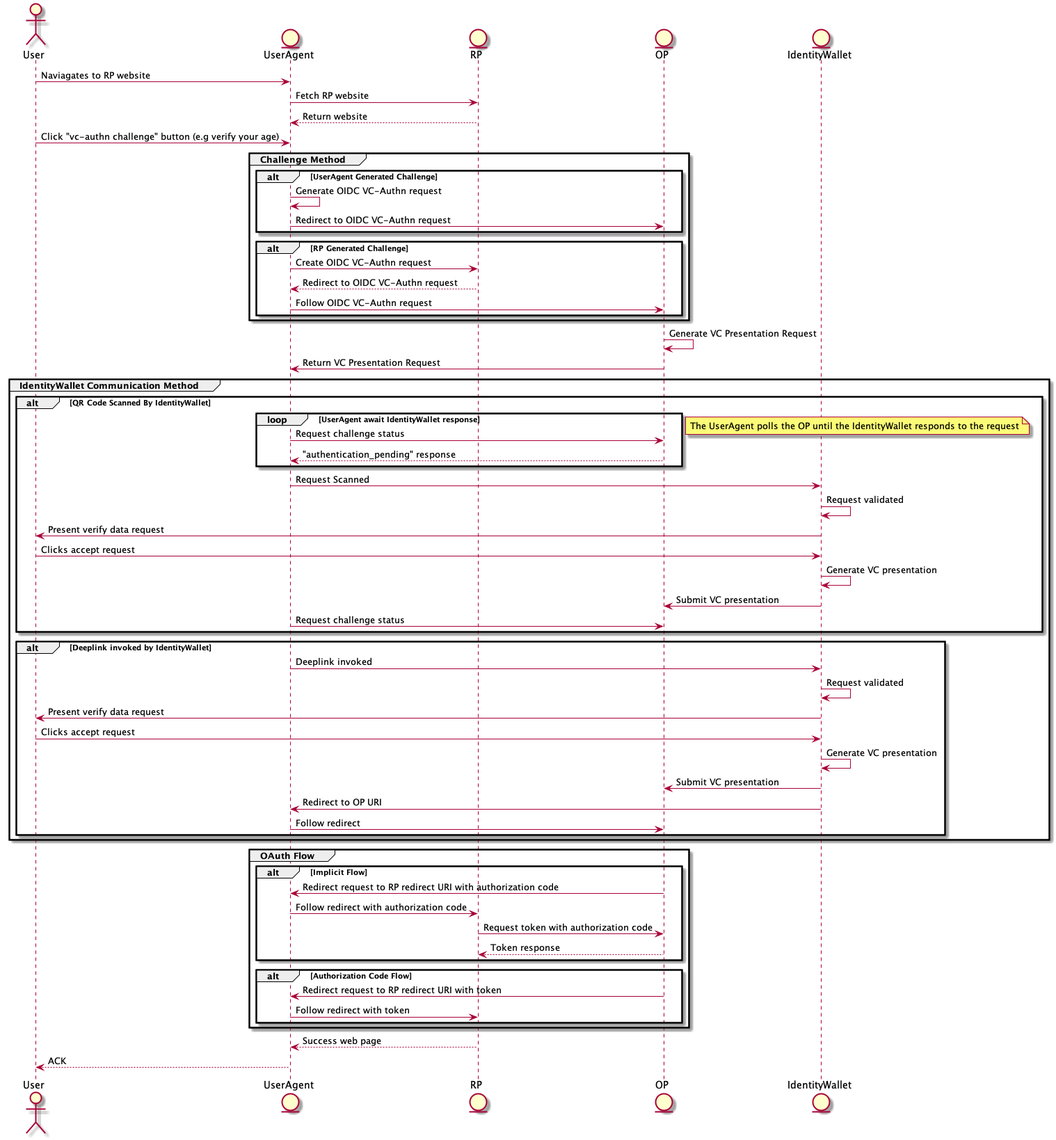
bcgov/vc-authn-oidc keeps this PlantUML diagram as docs/vc-authn-oidc-flow.png. Above is the earlier version.
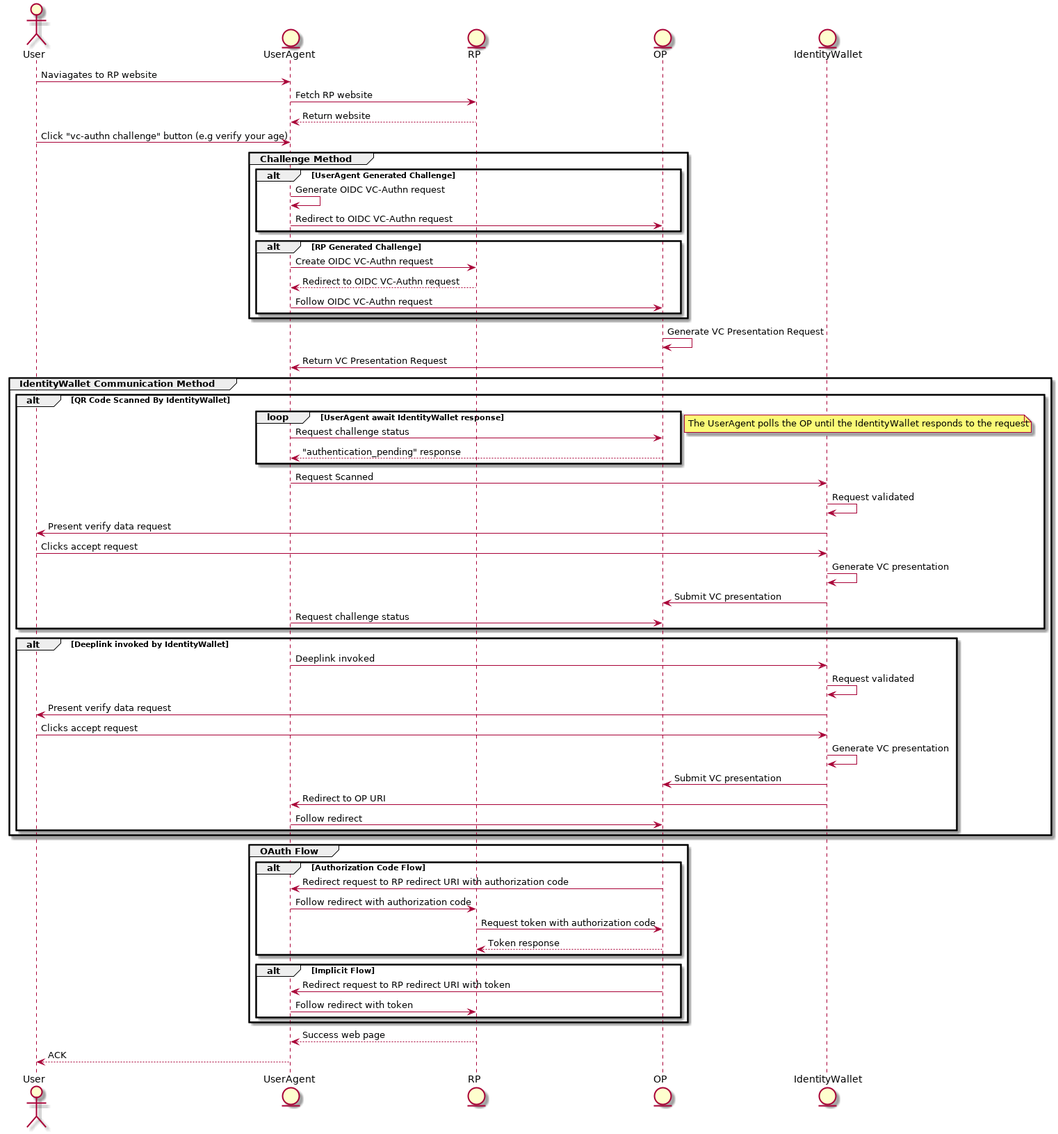
The same file after the commit.

Commit message:
Generate new version of image for doc from recently updated puml

Diff of the diagram source:
```diff
@@ -55,14 +55,14 @@
 end
 
 group OAuth Flow
-    alt Implicit Flow
+    alt Authorization Code Flow
         OP -> UserAgent: Redirect request to RP redirect URI with authorization code
         UserAgent -> RP: Follow redirect with authorization code
         RP -> OP: Request token with authorization code
         OP --> RP: Token response
     end
 
-    alt Authorization Code Flow
+    alt Implicit Flow
         OP -> UserAgent: Redirect request to RP redirect URI with token
         UserAgent -> RP: Follow redirect with token
     end
```
